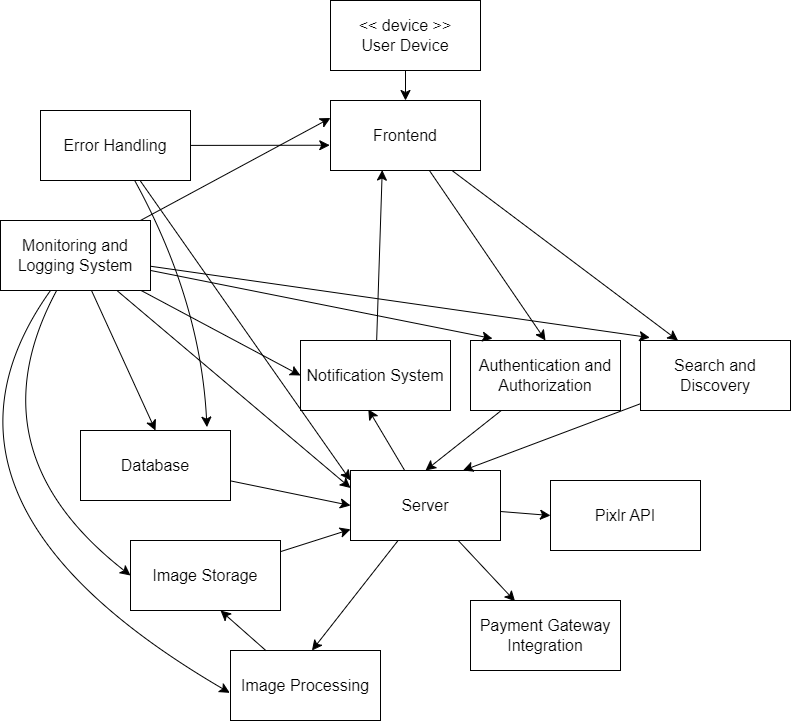
if22b099/Arc42_SWARC keeps this draw.io diagram as arc42/images/deployment-view-diagrams/deployment-level-1.png. Above is the earlier version. Source tidied: cells renumbered, new cells last; positions are measured from the earlier drawing's top-left corner, leaving out a move shared by most shapes.
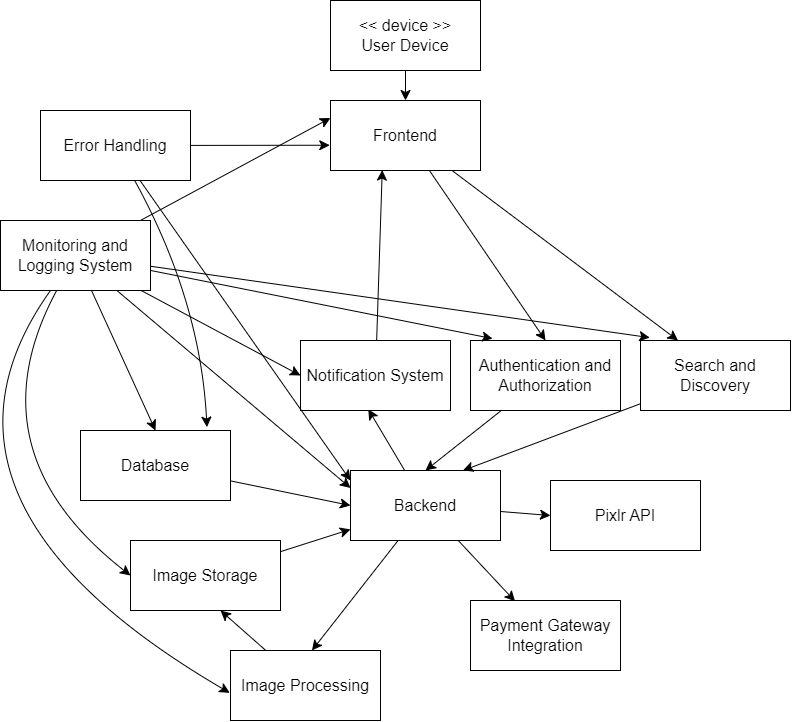
After the change.

Commit message:
finished level 2 deployment views

Diff of the diagram source:
```diff
@@ -20,7 +20,7 @@
     <mxCell id="7" style="edgeStyle=none;curved=1;rounded=0;jettySize=auto;html=1;entryX=0;entryY=0.5;entryDx=0;entryDy=0;fontSize=12;startSize=8;endSize=8;" parent="1" edge="1" source="8" target="18">
       <mxGeometry relative="1" as="geometry" />
     </mxCell>
-    <mxCell id="8" value="Server" style="rounded=0;whiteSpace=wrap;html=1;fontSize=16;" parent="1" vertex="1">
+    <mxCell id="8" value="Backend" style="rounded=0;whiteSpace=wrap;html=1;fontSize=16;" parent="1" vertex="1">
       <mxGeometry x="450" y="470" width="150" height="70" as="geometry" />
     </mxCell>
     <mxCell id="9" style="edgeStyle=none;curved=1;rounded=0;jettySize=auto;html=1;entryX=0;entryY=0.5;entryDx=0;entryDy=0;fontSize=12;startSize=8;endSize=8;" parent="1" edge="1" source="10" target="8">
```
